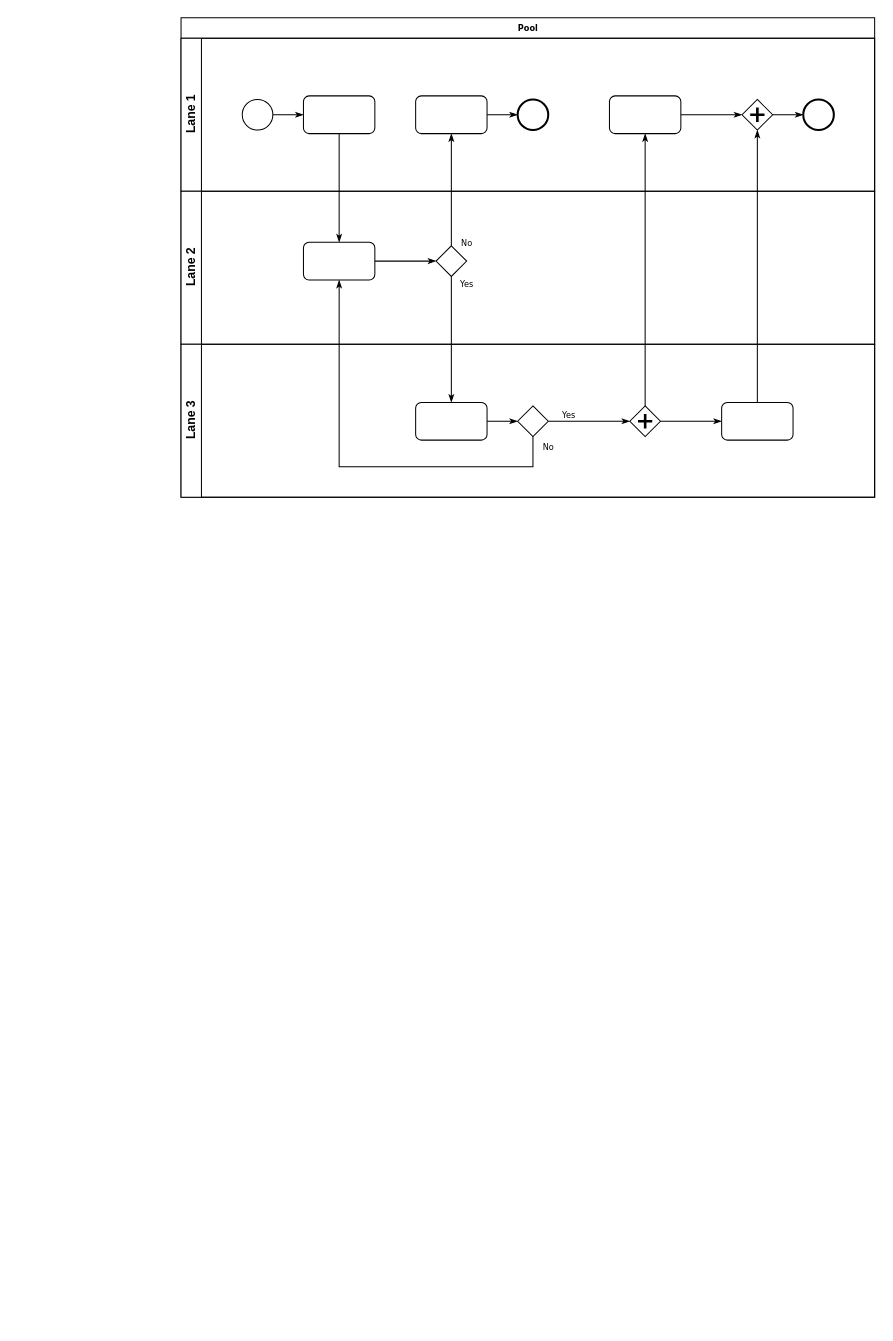
This is Untitled Diagram.drawio from lkjx82/vimrc, a draw.io file, before an edit. Source tidied: cells renumbered, new cells numbered last; positions are measured from the earlier drawing's top-left corner, leaving out a move shared by most shapes. Both pictures are drawn from the tidied source at 102%, with x=0, y=0 at pixel (181, 17).
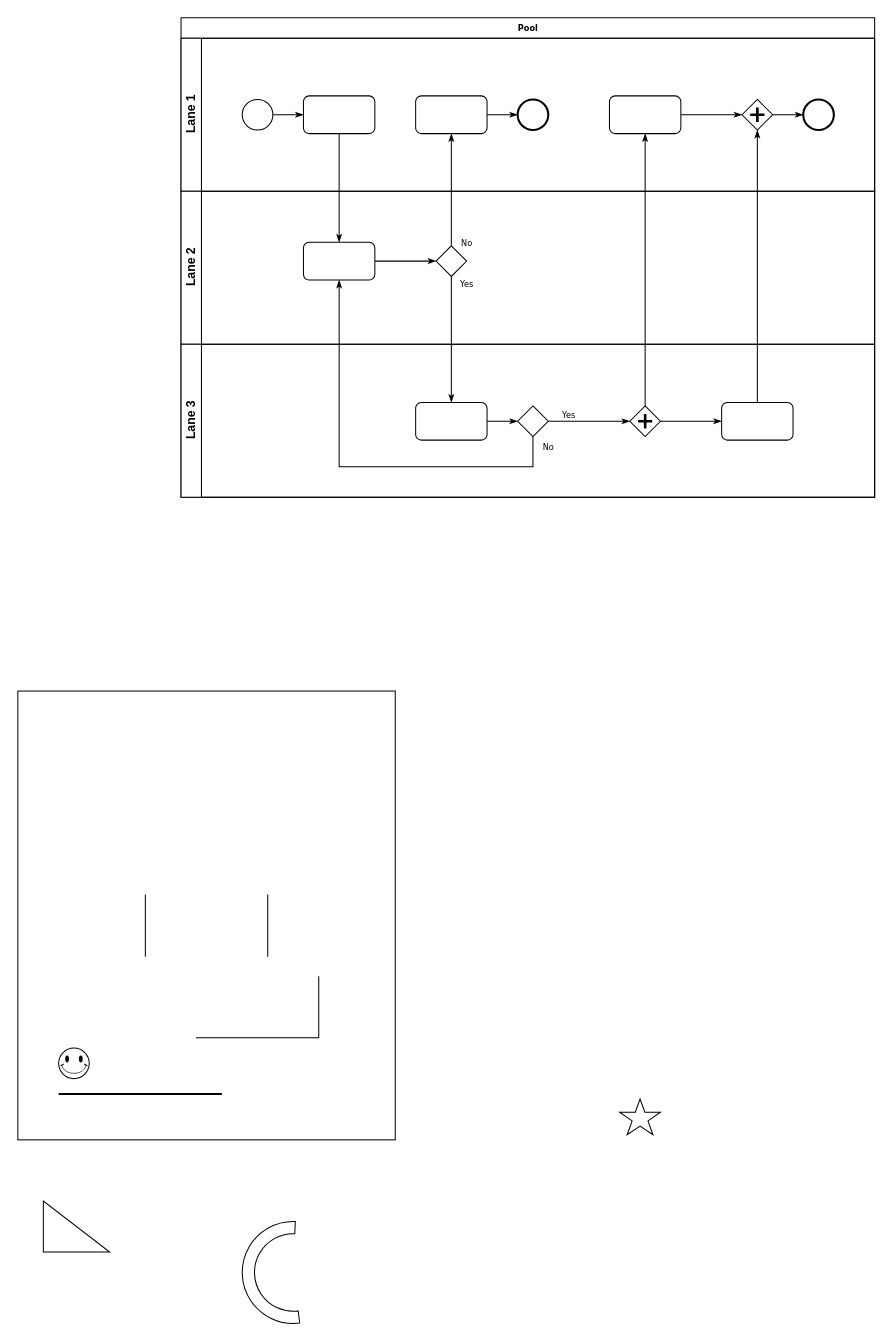
After the change.

What changed in the source:
```diff
@@
+    <mxCell id="33" style="rounded=0;whiteSpace=wrap;html=1;" parent="1" vertex="1">
+      <mxGeometry x="-160" y="660" width="370" height="440" as="geometry" />
+    </mxCell>
+    <mxCell id="34" style="shape=partialRectangle;whiteSpace=wrap;html=1;top=0;left=0;fillColor=none;" parent="1" vertex="1">
+      <mxGeometry x="15" y="940" width="120" height="60" as="geometry" />
+    </mxCell>
+    <mxCell id="35" style="shape=partialRectangle;whiteSpace=wrap;html=1;top=0;bottom=0;fillColor=none;" parent="1" vertex="1">
+      <mxGeometry x="-35" y="860" width="120" height="60" as="geometry" />
+    </mxCell>
+    <mxCell id="36" style="line;strokeWidth=2;html=1;" parent="1" vertex="1">
+      <mxGeometry x="-120" y="1050" width="160" height="10" as="geometry" />
+    </mxCell>
+    <mxCell id="37" style="verticalLabelPosition=bottom;verticalAlign=top;html=1;shape=mxgraph.basic.smiley;" parent="1" vertex="1">
+      <mxGeometry x="-120" y="1010" width="30" height="30" as="geometry" />
+    </mxCell>
+    <mxCell id="38" style="verticalLabelPosition=bottom;verticalAlign=top;html=1;shape=mxgraph.basic.star;" parent="1" vertex="1">
+      <mxGeometry x="430" y="1060" width="40" height="35" as="geometry" />
+    </mxCell>
+    <mxCell id="39" style="verticalLabelPosition=bottom;verticalAlign=top;html=1;shape=mxgraph.basic.orthogonal_triangle;" parent="1" vertex="1">
+      <mxGeometry x="-135" y="1160" width="65" height="50" as="geometry" />
+    </mxCell>
+    <mxCell id="40" style="verticalLabelPosition=bottom;verticalAlign=top;html=1;shape=mxgraph.basic.partConcEllipse;startAngle=0.47979165289475206;endAngle=0.006362805673995916;arcWidth=0.24;" parent="1" vertex="1">
+      <mxGeometry x="60" y="1180" width="100" height="100" as="geometry" />
+    </mxCell>
```
